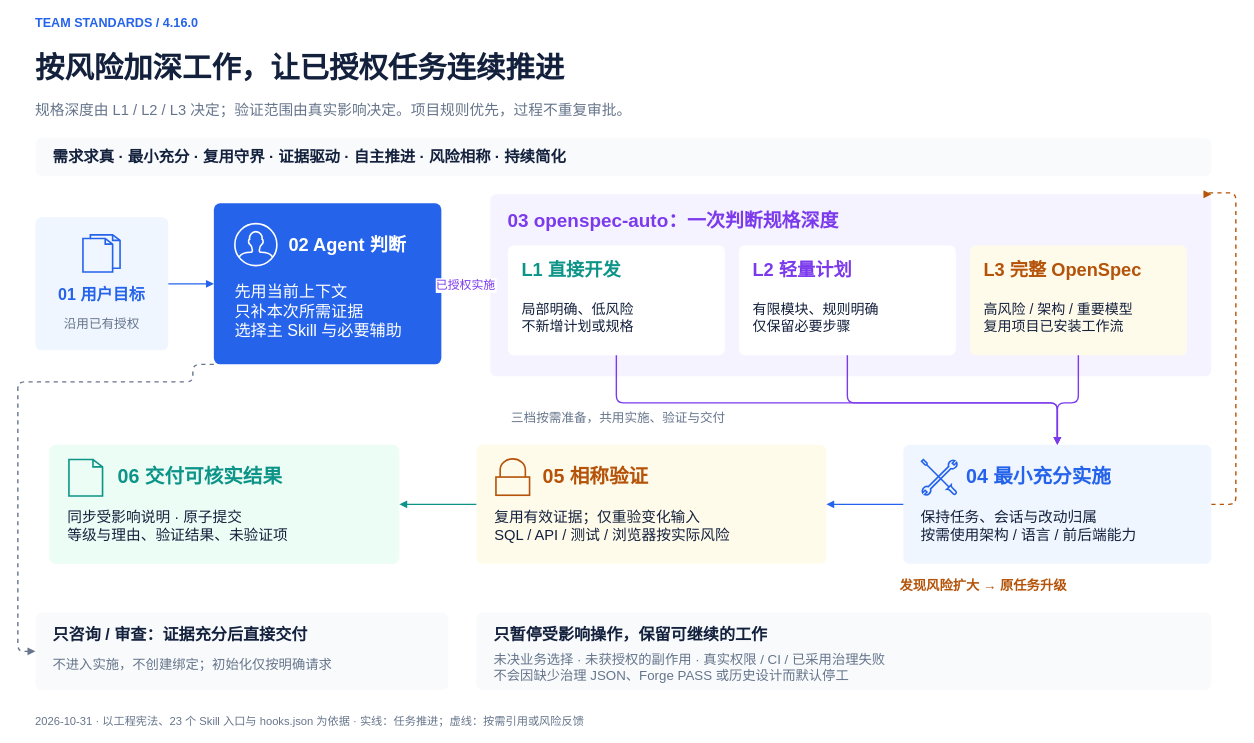
Above: page "01 轻量执行主线" (1 of 2) of docs/diagrams/team-standards-execution.drawio in exception-coder/team-standards (draw.io), before the change. Source tidied: cells renumbered, new cells numbered last; positions are measured from the earlier drawing's top-left corner, leaving out a move shared by most shapes. Both pictures are drawn from the tidied source at 70%, with x=0, y=0 at pixel (18, 12).
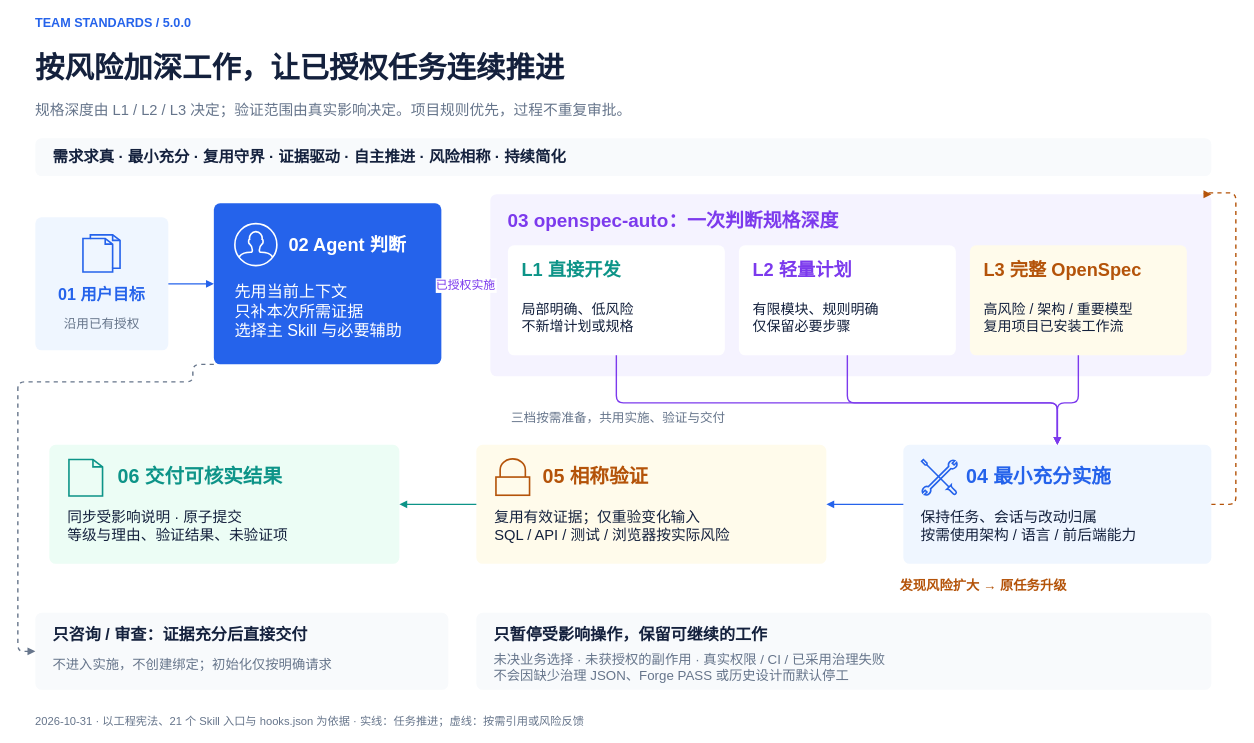
Above is the later version.

Change to the diagram source:
```diff
@@
-    <mxCell id="2" value="TEAM STANDARDS  /  4.16.0" style="fontFamily=Microsoft YaHei;html=0;fontColor=#14213D;text;strokeColor=none;fillColor=none;align=left;verticalAlign=middle;whiteSpace=wrap;spacing=0;fontSize=18;fontColor=#2563EB;fontStyle=1;" parent="1" vertex="1">
+    <mxCell id="2" value="TEAM STANDARDS  /  5.0.0" style="fontFamily=Microsoft YaHei;html=0;fontColor=#14213D;text;strokeColor=none;fillColor=none;align=left;verticalAlign=middle;whiteSpace=wrap;spacing=0;fontSize=18;fontColor=#2563EB;fontStyle=1;" parent="1" vertex="1">
       <mxGeometry x="25" width="1250" height="30" as="geometry" />
     </mxCell>
@@
-    <mxCell id="5" value="2026-10-31 · 以工程宪法、23 个 Skill 入口与 hooks.json 为依据 · 实线：任务推进；虚线：按需引用或风险反馈" style="fontFamily=Microsoft YaHei;html=0;fontColor=#14213D;text;strokeColor=none;fillColor=none;align=left;verticalAlign=middle;whiteSpace=wrap;spacing=0;fontSize=16;fontColor=#66758B;fontStyle=0;" parent="1" vertex="1">
+    <mxCell id="5" value="2026-10-31 · 以工程宪法、21 个 Skill 入口与 hooks.json 为依据 · 实线：任务推进；虚线：按需引用或风险反馈" style="fontFamily=Microsoft YaHei;html=0;fontColor=#14213D;text;strokeColor=none;fillColor=none;align=left;verticalAlign=middle;whiteSpace=wrap;spacing=0;fontSize=16;fontColor=#66758B;fontStyle=0;" parent="1" vertex="1">
       <mxGeometry x="25" y="998" width="1680" height="30" as="geometry" />
     </mxCell>
```
